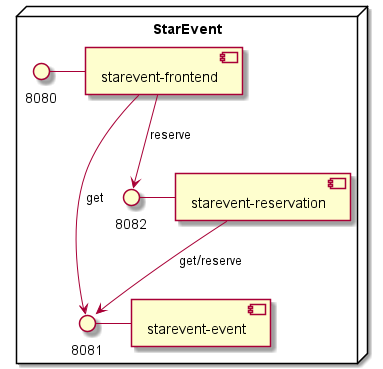
This is assets/img/starevent-quarkus/starevent-package-diagram.png from marcelloraffaele/marcelloraffaele.github.io, a PlantUML export, as it was before one commit. Source of this version:
```plantuml
@startuml
node "StarEvent" {
8080 - [starevent-frontend]
8081 - [starevent-event]
8082 - [starevent-reservation]
[starevent-frontend] --> 8081 : get
[starevent-frontend] --> 8082 : reserve
[starevent-reservation] --> 8081 : get/reserve
}
@enduml
```
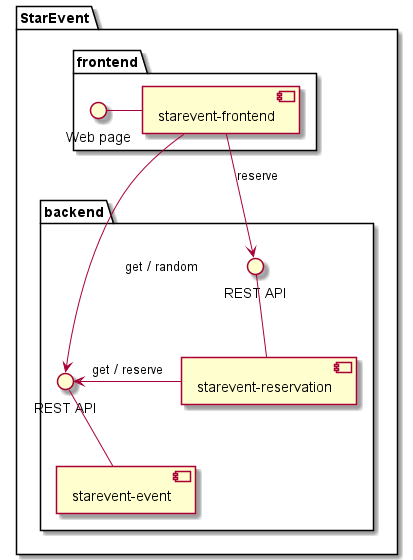
After the commit.

Change to the diagram source:
```diff
@@ -1,10 +1,30 @@
 @startuml
-node "StarEvent" {
-8080 - [starevent-frontend]
-8081 - [starevent-event]
-8082 - [starevent-reservation]
-[starevent-frontend] --> 8081 : get
-[starevent-frontend] --> 8082 : reserve
-[starevent-reservation] --> 8081 : get/reserve
+package "StarEvent" {
+
+    package "frontend" {
+        interface "Web page" as f_if
+        [starevent-frontend] as f
+    }
+
+    package "backend" {
+
+        interface "REST API" as e_if
+        component "starevent-event" as e
+
+        component "starevent-reservation" as r
+        interface "REST API" as r_if
+
+    }
+
+    f -left- f_if
+
+    e -up- e_if
+
+    r -up- r_if
+    r -right-> e_if : get / reserve
+
+    f -down-> e_if : get / random
+    f -down-> r_if : reserve
+
 }
 @enduml
```
